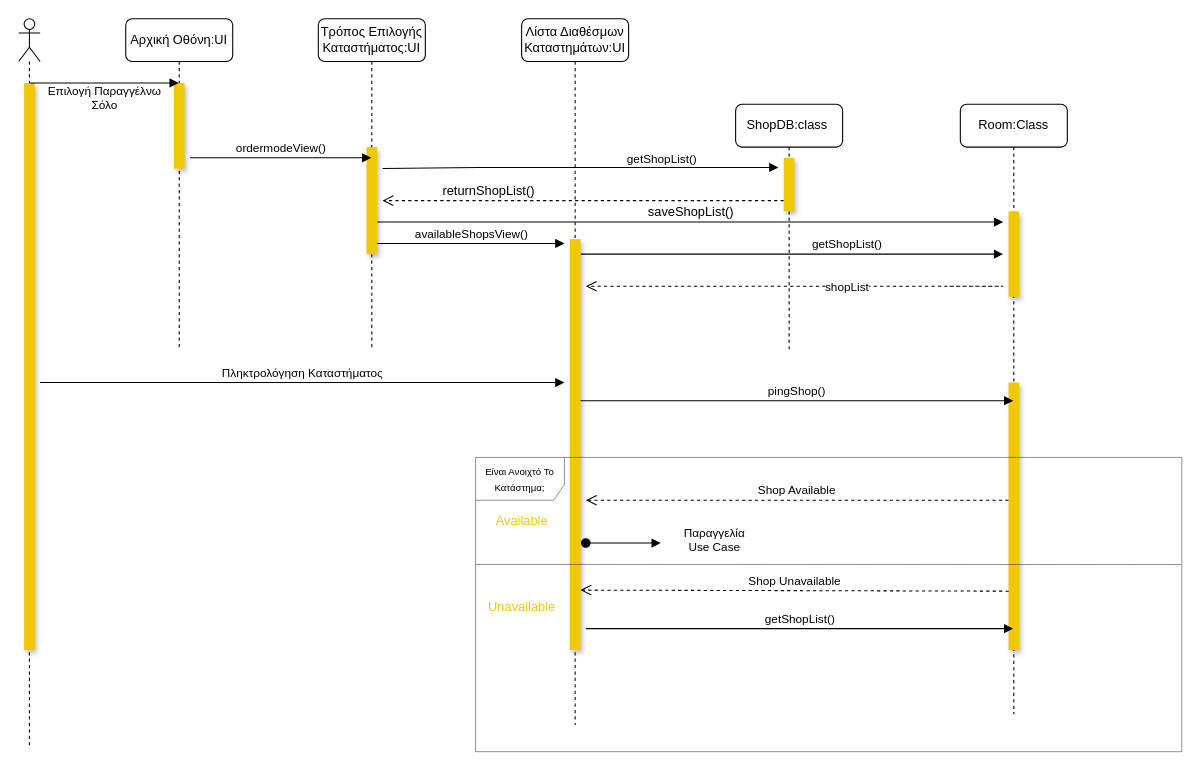
Above: docs/contributions/Kout-ou/Phase 5/Use Case Solo Shop Decided/ivedecided_seq.drawio in iloudaros/nomnomr (draw.io), before the change. Source tidied: cells renumbered, new cells numbered last; positions are measured from the earlier drawing's top-left corner, leaving out a move shared by most shapes. Both pictures are drawn from the tidied source at 107%, with x=0, y=0 at pixel (18, 18).
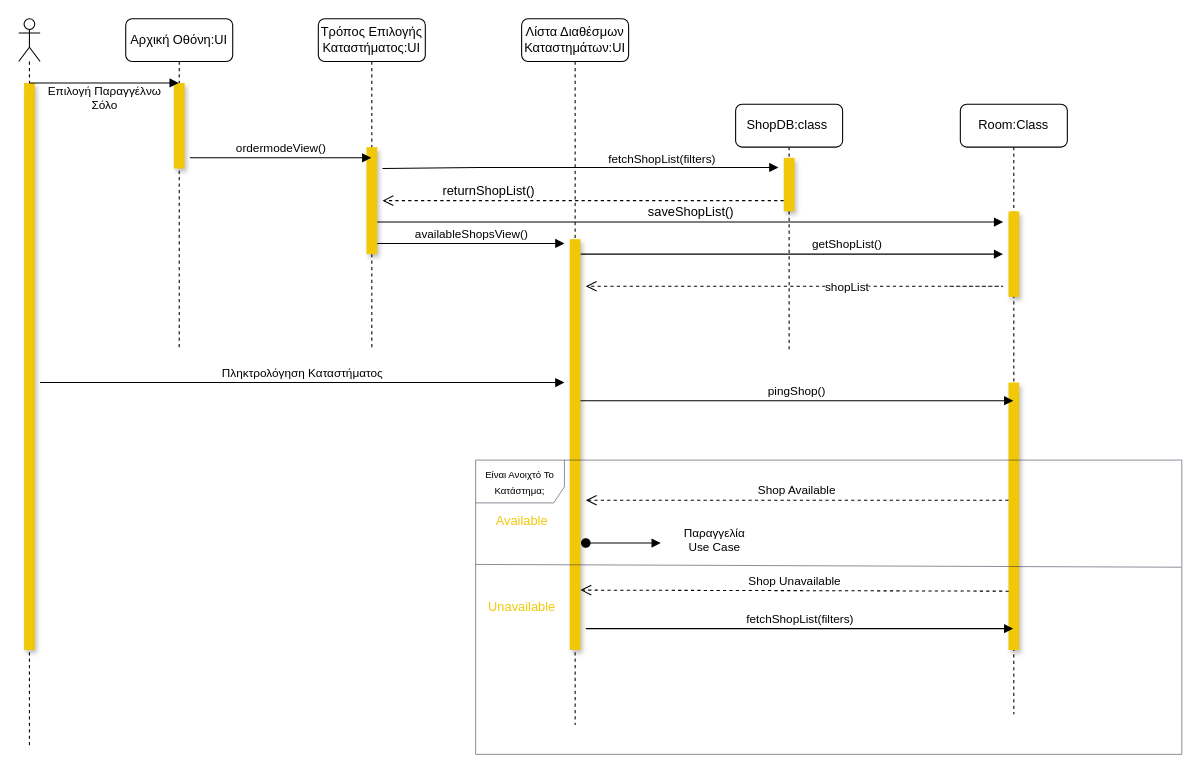
After the change.

Commit message:
Final I've Decided Sequence

Unchanged cells that the change refers to:
```xml
<mxCell id="8" value="Room:Class" style="shape=umlLifeline;perimeter=lifelinePerimeter;whiteSpace=wrap;html=1;outlineConnect=0;rounded=1;" parent="1" vertex="1">
  <mxGeometry x="880" y="80" width="100" height="570" as="geometry" />
</mxCell>
<mxCell id="15" value="Λίστα Διαθέσμων Καταστημάτων:UI" style="shape=umlLifeline;perimeter=lifelinePerimeter;whiteSpace=wrap;html=1;rounded=1;" parent="1" vertex="1">
  <mxGeometry x="470" width="100" height="660" as="geometry" />
</mxCell>
```

What changed in the source:
```diff
@@
-    <mxCell id="20" value="getShopList()" style="html=1;verticalAlign=bottom;endArrow=block;rounded=0;" parent="15" edge="1" target="8">
+    <mxCell id="20" value="fetchShopList(filters)" style="html=1;verticalAlign=bottom;endArrow=block;rounded=0;" parent="15" edge="1" target="8">
       <mxGeometry relative="1" as="geometry">
         <mxPoint x="60" y="570" as="sourcePoint" />
       </mxGeometry>
     </mxCell>
@@
-    <mxCell id="26" value="getShopList()" style="html=1;verticalAlign=bottom;endArrow=block;rounded=0;" parent="1" edge="1">
+    <mxCell id="26" value="fetchShopList(filters)" style="html=1;verticalAlign=bottom;endArrow=block;rounded=0;" parent="1" edge="1">
       <mxGeometry x="0.41" y="-1" relative="1" as="geometry">
         <mxPoint x="340" y="140" as="sourcePoint" />
         <mxPoint x="710" y="139" as="targetPoint" />
         <Array as="points">
           <mxPoint x="430" y="139" />
         </Array>
       </mxGeometry>
     </mxCell>
@@
     <mxCell id="32" value="&lt;font style=&quot;font-size: 9px;&quot;&gt;Είναι Ανοιχτό Το Κατάστημα;&lt;/font&gt;" style="shape=umlFrame;whiteSpace=wrap;html=1;shadow=0;fillColor=#FFFFFF;width=83;height=40;strokeWidth=0.5;strokeColor=#2B2D42;" parent="1" vertex="1">
-      <mxGeometry x="427" y="410" width="660" height="275" as="geometry" />
+      <mxGeometry x="427" y="412.5" width="660" height="275" as="geometry" />
     </mxCell>
```
